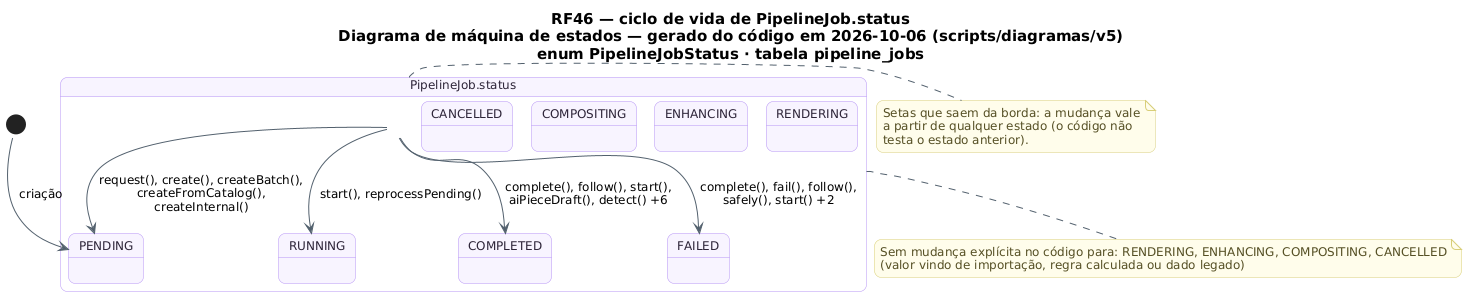
Above: docs/diagramas/RF46/RF46_MaquinaDeEstados_Job.png in MatheusHaliski/tcc-2026-fashion-ai-backend (PlantUML), before the change.
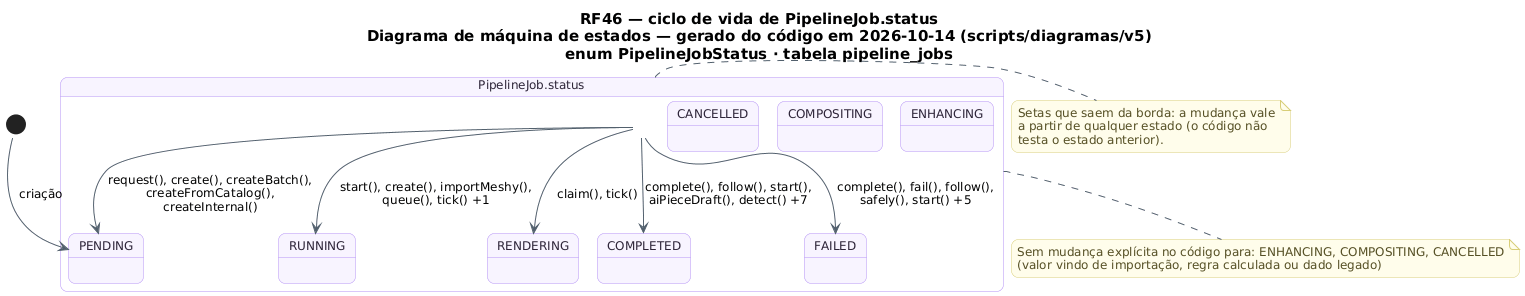
After the commit.

Change to the diagram source:
```diff
@@ -19,7 +19,7 @@
   StartColor #20A77A
   EndColor #4B5563
 }
-title RF46 — ciclo de vida de PipelineJob.status\nDiagrama de máquina de estados — gerado do código em 2026-10-06 (scripts/diagramas/v5)\nenum PipelineJobStatus · tabela pipeline_jobs
+title RF46 — ciclo de vida de PipelineJob.status\nDiagrama de máquina de estados — gerado do código em 2026-10-14 (scripts/diagramas/v5)\nenum PipelineJobStatus · tabela pipeline_jobs
 
 state "PipelineJob.status" as Ciclo_PipelineJob {
   state Ciclo_PipelineJob_PENDING as "PENDING"
@@ -32,12 +32,13 @@
   state Ciclo_PipelineJob_CANCELLED as "CANCELLED"
 }
 [*] --> Ciclo_PipelineJob_PENDING : criação
-Ciclo_PipelineJob --> Ciclo_PipelineJob_COMPLETED : complete(), follow(), start(),\naiPieceDraft(), detect() +6
-Ciclo_PipelineJob --> Ciclo_PipelineJob_FAILED : complete(), fail(), follow(),\nsafely(), start() +2
+Ciclo_PipelineJob --> Ciclo_PipelineJob_COMPLETED : complete(), follow(), start(),\naiPieceDraft(), detect() +7
+Ciclo_PipelineJob --> Ciclo_PipelineJob_FAILED : complete(), fail(), follow(),\nsafely(), start() +5
 Ciclo_PipelineJob --> Ciclo_PipelineJob_PENDING : request(), create(), createBatch(),\ncreateFromCatalog(),\ncreateInternal()
-Ciclo_PipelineJob --> Ciclo_PipelineJob_RUNNING : start(), reprocessPending()
+Ciclo_PipelineJob --> Ciclo_PipelineJob_RENDERING : claim(), tick()
+Ciclo_PipelineJob --> Ciclo_PipelineJob_RUNNING : start(), create(), importMeshy(),\nqueue(), tick() +1
 note bottom of Ciclo_PipelineJob
-  Sem mudança explícita no código para: RENDERING, ENHANCING, COMPOSITING, CANCELLED
+  Sem mudança explícita no código para: ENHANCING, COMPOSITING, CANCELLED
   (valor vindo de importação, regra calculada ou dado legado)
 end note
 note right of Ciclo_PipelineJob
```
